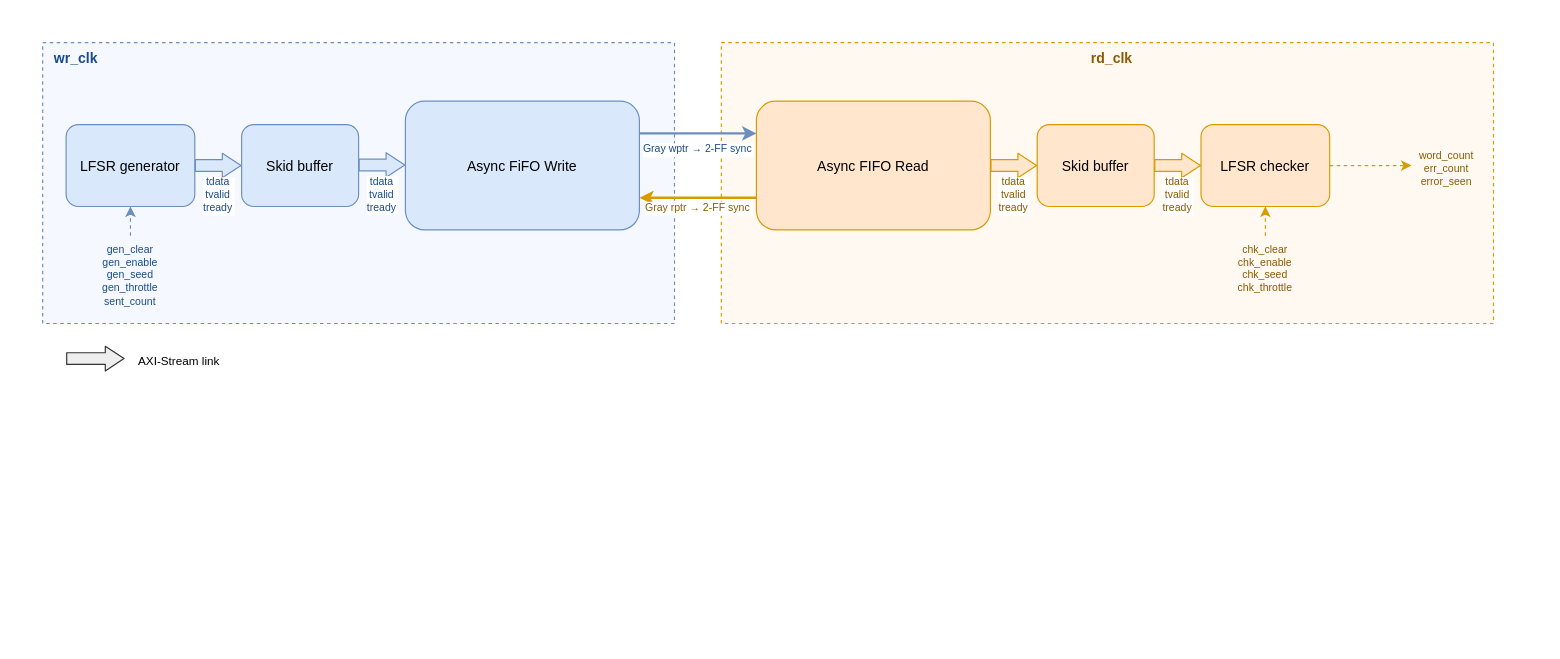
SungminLee201906/DE1_SOC keeps this draw.io diagram as axis_cdc_bridge.drawio. Above is the earlier version. Source tidied: cells renumbered, new cells numbered last; positions are measured from the earlier drawing's top-left corner, leaving out a move shared by most shapes. Both pictures are drawn from the tidied source at 117%, with x=0, y=0 at pixel (19, 19).
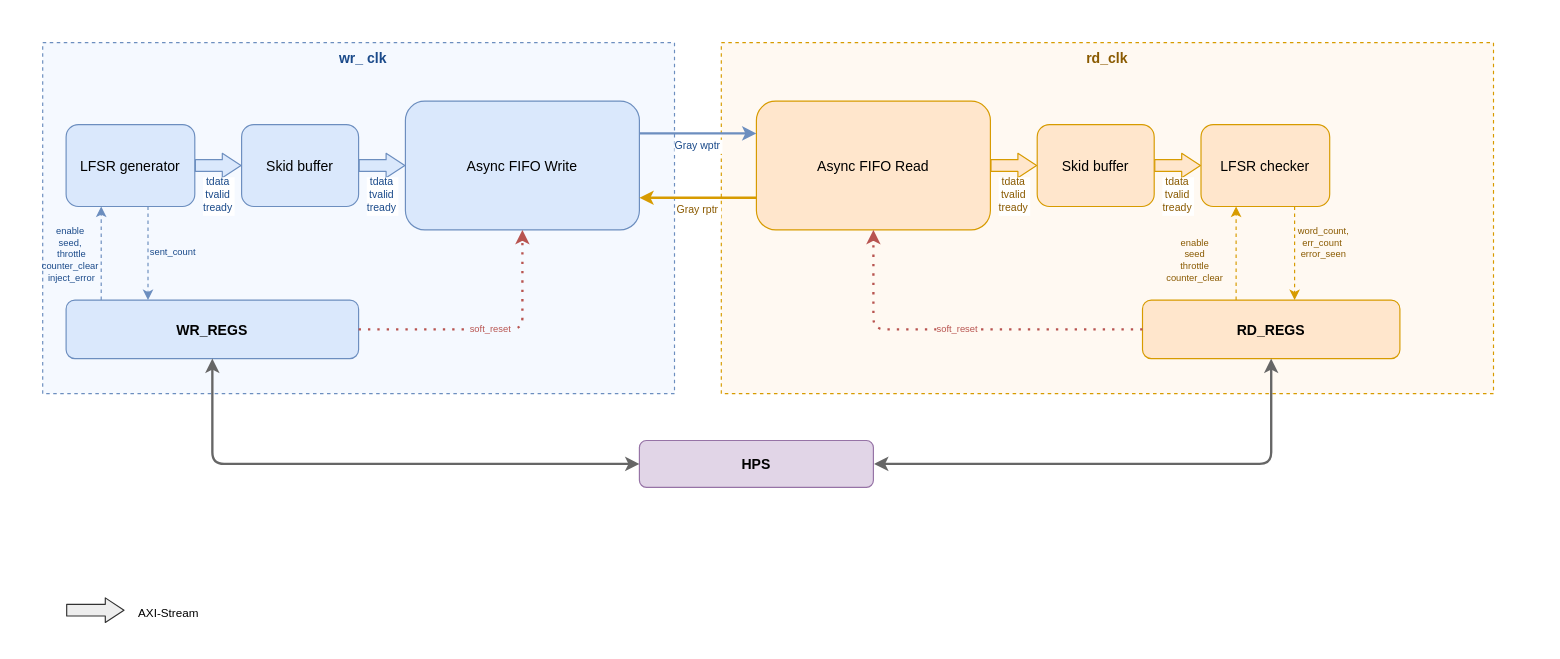
The same page after the edit.

The change refers to these unchanged cells:
```xml
<mxCell id="5" value="LFSR generator" style="rounded=1;fillColor=#dae8fc;strokeColor=#6c8ebf;" parent="1" vertex="1">
  <mxGeometry x="40" y="90" width="110" height="70" as="geometry" />
</mxCell>
<mxCell id="8" value="Async FIFO Read" style="rounded=1;fillColor=#ffe6cc;strokeColor=#d79b00;" parent="1" vertex="1">
  <mxGeometry x="630" y="70" width="200" height="110" as="geometry" />
</mxCell>
<mxCell id="10" value="LFSR checker" style="rounded=1;fillColor=#ffe6cc;strokeColor=#d79b00;" parent="1" vertex="1">
  <mxGeometry x="1010" y="90" width="110" height="70" as="geometry" />
</mxCell>
```

Diff of the diagram source:
```diff
@@
     <mxCell id="2" style="rounded=0;fillColor=#ffffff;strokeColor=none;" parent="1" vertex="1">
-      <mxGeometry width="1300" height="320" as="geometry" />
+      <mxGeometry width="1300" height="530" as="geometry" />
     </mxCell>
-    <mxCell id="3" value="wr_clk " style="rounded=0;fillColor=#f5f9ff;strokeColor=#6c8ebf;dashed=1;verticalAlign=top;align=left;spacingLeft=8;fontStyle=1;fontColor=#1a4a8a;" parent="1" vertex="1">
-      <mxGeometry x="20" y="20" width="540" height="240" as="geometry" />
+    <mxCell id="3" value="wr_ clk" style="rounded=0;fillColor=#f5f9ff;strokeColor=#6c8ebf;dashed=1;verticalAlign=top;align=center;spacingLeft=8;fontStyle=1;fontColor=#1a4a8a;" parent="1" vertex="1">
+      <mxGeometry x="20" y="20" width="540" height="300" as="geometry" />
     </mxCell>
-    <mxCell id="4" value="rd_clk " style="rounded=0;fillColor=#fff9f2;strokeColor=#d79b00;dashed=1;verticalAlign=top;align=center;spacingLeft=8;fontStyle=1;fontColor=#8a5a00;" parent="1" vertex="1">
-      <mxGeometry x="600" y="20" width="660" height="240" as="geometry" />
+    <mxCell id="4" value="rd_clk" style="rounded=0;fillColor=#fff9f2;strokeColor=#d79b00;dashed=1;verticalAlign=top;align=center;fontStyle=1;fontColor=#8a5a00;" parent="1" vertex="1">
+      <mxGeometry x="600" y="20" width="660" height="300" as="geometry" />
     </mxCell>
@@
-    <mxCell id="6" value="Skid buffer " style="rounded=1;fillColor=#dae8fc;strokeColor=#6c8ebf;" parent="1" vertex="1">
+    <mxCell id="6" value="Skid buffer" style="rounded=1;fillColor=#dae8fc;strokeColor=#6c8ebf;" parent="1" vertex="1">
       <mxGeometry x="190" y="90" width="100" height="70" as="geometry" />
     </mxCell>
-    <mxCell id="7" value="Async FiFO Write" style="rounded=1;fillColor=#dae8fc;strokeColor=#6c8ebf;" parent="1" vertex="1">
+    <mxCell id="7" value="Async FIFO Write" style="rounded=1;fillColor=#dae8fc;strokeColor=#6c8ebf;" parent="1" vertex="1">
       <mxGeometry x="330" y="70" width="200" height="110" as="geometry" />
     </mxCell>
@@
-    <mxCell id="9" value="Skid buffer " style="rounded=1;fillColor=#ffe6cc;strokeColor=#d79b00;" parent="1" vertex="1">
+    <mxCell id="9" value="Skid buffer" style="rounded=1;fillColor=#ffe6cc;strokeColor=#d79b00;" parent="1" vertex="1">
       <mxGeometry x="870" y="90" width="100" height="70" as="geometry" />
     </mxCell>
@@
     <mxCell id="12" value="tdata&#10;tvalid&#10;tready" style="shape=flexArrow;width=10;endWidth=10;endSize=5;fillColor=#dae8fc;strokeColor=#6c8ebf;fontColor=#1a4a8a;fontSize=9;" parent="1" edge="1">
       <mxGeometry y="-25" relative="1" as="geometry">
-        <mxPoint x="290" y="124.5" as="sourcePoint" />
-        <mxPoint x="330" y="124.5" as="targetPoint" />
+        <mxPoint x="290" y="125" as="sourcePoint" />
+        <mxPoint x="330" y="125" as="targetPoint" />
       </mxGeometry>
     </mxCell>
@@
-    <mxCell id="15" value="Gray wptr → 2-FF sync" style="endArrow=classic;strokeColor=#6c8ebf;strokeWidth=2;fontColor=#1a4a8a;fontSize=9;exitX=1;exitY=0.25;entryX=0;entryY=0.25;" parent="1" edge="1" source="7" target="8">
-      <mxGeometry y="-12" relative="1" as="geometry">
-        <mxPoint y="1" as="offset" />
-      </mxGeometry>
+    <mxCell id="15" value="Gray wptr" style="endArrow=classic;strokeColor=#6c8ebf;strokeWidth=2;fontColor=#1a4a8a;fontSize=9;exitX=1;exitY=0.25;entryX=0;entryY=0.25;" parent="1" edge="1" source="7" target="8">
+      <mxGeometry y="-10" relative="1" as="geometry" />
     </mxCell>
-    <mxCell id="16" value="Gray rptr → 2-FF sync" style="endArrow=classic;strokeColor=#d79b00;strokeWidth=2;fontColor=#8a5a00;fontSize=9;exitX=0;exitY=0.75;entryX=1;entryY=0.75;" parent="1" edge="1" source="8" target="7">
-      <mxGeometry y="8" relative="1" as="geometry" />
+    <mxCell id="16" value="Gray rptr" style="endArrow=classic;strokeColor=#d79b00;strokeWidth=2;fontColor=#8a5a00;fontSize=9;exitX=0;exitY=0.75;entryX=1;entryY=0.75;" parent="1" edge="1" source="8" target="7">
+      <mxGeometry y="10" relative="1" as="geometry" />
     </mxCell>
-    <mxCell id="17" value="gen_clear&#10;gen_enable&#10;gen_seed&#10;gen_throttle" style="text;fontSize=9;align=center;fontColor=#1a4a8a;" parent="1" vertex="1">
-      <mxGeometry x="60" y="185" width="70" height="40" as="geometry" />
-    </mxCell>
+    <mxCell id="26" value="WR_REGS" style="rounded=1;fillColor=#dae8fc;strokeColor=#6c8ebf;fontStyle=1;" parent="1" vertex="1">
+      <mxGeometry x="40" y="240" width="250" height="50" as="geometry" />
+    </mxCell>
+    <mxCell id="27" value="RD_REGS" style="rounded=1;fillColor=#ffe6cc;strokeColor=#d79b00;fontStyle=1;" parent="1" vertex="1">
+      <mxGeometry x="960" y="240" width="220" height="50" as="geometry" />
+    </mxCell>
+    <mxCell id="28" style="endArrow=classic;dashed=1;strokeColor=#6c8ebf;" parent="1" edge="1">
+      <mxGeometry relative="1" as="geometry">
+        <mxPoint x="70" y="240" as="sourcePoint" />
+        <mxPoint x="70" y="160" as="targetPoint" />
+      </mxGeometry>
+    </mxCell>
+    <mxCell id="29" style="endArrow=classic;dashed=1;strokeColor=#6c8ebf;" parent="1" edge="1">
+      <mxGeometry relative="1" as="geometry">
+        <mxPoint x="110" y="160" as="sourcePoint" />
+        <mxPoint x="110" y="240" as="targetPoint" />
+      </mxGeometry>
+    </mxCell>
-    <mxCell id="18" value="sent_count" style="text;fontSize=9;align=center;fontColor=#1a4a8a;" parent="1" vertex="1">
-      <mxGeometry x="65" y="230" width="60" height="20" as="geometry" />
+    <mxCell id="18" value="&#10;sent_count" style="text;fontSize=8;align=left;verticalAlign=top;fontColor=#1a4a8a;" parent="1" vertex="1">
+      <mxGeometry x="110" y="178" width="40" height="45" as="geometry" />
     </mxCell>
-    <mxCell id="19" value="chk_clear&#10;chk_enable&#10;chk_seed&#10;chk_throttle" style="text;fontSize=9;align=center;fontColor=#8a5a00;" parent="1" vertex="1">
-      <mxGeometry x="1030" y="185" width="70" height="40" as="geometry" />
-    </mxCell>
-    <mxCell id="20" value="word_count&#10;err_count&#10;error_seen" style="text;fontSize=9;align=center;fontColor=#8a5a00;" parent="1" vertex="1">
-      <mxGeometry x="1190" y="105" width="60" height="40" as="geometry" />
-    </mxCell>
-    <mxCell id="21" style="endArrow=classic;dashed=1;strokeColor=#6c8ebf;exitX=0.5;exitY=0;entryX=0.5;entryY=1;" parent="1" edge="1" source="17" target="5">
-      <mxGeometry relative="1" as="geometry" />
-    </mxCell>
-    <mxCell id="22" style="endArrow=classic;dashed=1;strokeColor=#d79b00;exitX=0.5;exitY=0;entryX=0.5;entryY=1;" parent="1" edge="1" source="19" target="10">
-      <mxGeometry relative="1" as="geometry" />
-    </mxCell>
-    <mxCell id="23" style="endArrow=classic;dashed=1;strokeColor=#d79b00;" parent="1" edge="1" source="10">
-      <mxGeometry relative="1" as="geometry">
-        <mxPoint x="1190" y="125" as="targetPoint" />
-      </mxGeometry>
-    </mxCell>
+    <mxCell id="30" style="endArrow=classic;dashed=1;strokeColor=#d79b00;" parent="1" edge="1">
+      <mxGeometry relative="1" as="geometry">
+        <mxPoint x="1040" y="240" as="sourcePoint" />
+        <mxPoint x="1040" y="160" as="targetPoint" />
+      </mxGeometry>
+    </mxCell>
+    <mxCell id="31" style="endArrow=classic;dashed=1;strokeColor=#d79b00;" parent="1" edge="1">
+      <mxGeometry relative="1" as="geometry">
+        <mxPoint x="1090" y="160" as="sourcePoint" />
+        <mxPoint x="1090" y="240" as="targetPoint" />
+      </mxGeometry>
+    </mxCell>
+    <mxCell id="32" value="word_count,&#10;   err_count &#10;error_seen" style="text;fontSize=8;align=center;verticalAlign=top;fontColor=#8a5a00;" parent="1" vertex="1">
+      <mxGeometry x="1090" y="170" width="50" height="60" as="geometry" />
+    </mxCell>
+    <mxCell id="33" value="soft_reset" style="endArrow=classic;dashed=1;dashPattern=1 3;strokeColor=#b85450;strokeWidth=2;fontSize=8;fontColor=#b85450;labelBackgroundColor=#f5f9ff;" parent="1" edge="1">
+      <mxGeometry relative="1" as="geometry">
+        <mxPoint x="290" y="265" as="sourcePoint" />
+        <mxPoint x="430" y="180" as="targetPoint" />
+        <Array as="points">
+          <mxPoint x="430" y="265" />
+        </Array>
+      </mxGeometry>
+    </mxCell>
+    <mxCell id="34" value="soft_reset" style="endArrow=classic;dashed=1;dashPattern=1 3;strokeColor=#b85450;strokeWidth=2;fontSize=8;fontColor=#b85450;labelBackgroundColor=#fff9f2;" parent="1" edge="1">
+      <mxGeometry relative="1" as="geometry">
+        <mxPoint x="960" y="265" as="sourcePoint" />
+        <mxPoint x="730" y="180" as="targetPoint" />
+        <Array as="points">
+          <mxPoint x="730" y="265" />
+        </Array>
+      </mxGeometry>
+    </mxCell>
+    <mxCell id="35" value="HPS" style="rounded=1;fillColor=#e1d5e7;strokeColor=#9673a6;fontStyle=1;" parent="1" vertex="1">
+      <mxGeometry x="530" y="360" width="200" height="40" as="geometry" />
+    </mxCell>
+    <mxCell id="36" style="startArrow=classic;endArrow=classic;strokeColor=#666666;strokeWidth=2;" parent="1" edge="1" source="35">
+      <mxGeometry x="0.33" relative="1" as="geometry">
+        <mxPoint x="165" y="290" as="targetPoint" />
+        <Array as="points">
+          <mxPoint x="165" y="380" />
+        </Array>
+      </mxGeometry>
+    </mxCell>
+    <mxCell id="37" style="startArrow=classic;endArrow=classic;strokeColor=#666666;strokeWidth=2;exitX=0.562;exitY=0.717;exitDx=0;exitDy=0;exitPerimeter=0;" parent="1" edge="1" source="2">
+      <mxGeometry x="0.39" relative="1" as="geometry">
+        <mxPoint x="1070" y="290" as="targetPoint" />
+        <Array as="points">
+          <mxPoint x="1070" y="380" />
+        </Array>
+      </mxGeometry>
+    </mxCell>
     <mxCell id="24" style="shape=flexArrow;width=10;endWidth=10;endSize=5;fillColor=#eeeeee;strokeColor=#333333;" parent="1" edge="1">
       <mxGeometry relative="1" as="geometry">
-        <mxPoint x="40" y="290" as="sourcePoint" />
-        <mxPoint x="90" y="290" as="targetPoint" />
+        <mxPoint x="40" y="505" as="sourcePoint" />
+        <mxPoint x="90" y="505" as="targetPoint" />
       </mxGeometry>
     </mxCell>
-    <mxCell id="25" value="AXI-Stream link " style="text;fontSize=10;align=left;" parent="1" vertex="1">
-      <mxGeometry x="100" y="280" width="220" height="20" as="geometry" />
+    <mxCell id="25" value="AXI-Stream" style="text;fontSize=10;align=left;" parent="1" vertex="1">
+      <mxGeometry x="100" y="495" width="80" height="20" as="geometry" />
     </mxCell>
+    <mxCell id="38" value="enable &#10;seed, &#10;throttle&#10;   counter_clear &#10;inject_error&#10;&#10;" style="text;fontSize=8;align=center;verticalAlign=top;fontColor=#1a4a8a;" parent="1" vertex="1">
+      <mxGeometry x="20" y="170" width="50" height="60" as="geometry" />
+    </mxCell>
+    <mxCell id="39" value="enable&#10;seed&#10;   throttle&#10;counter_clear&#10;&#10;" style="text;fontSize=8;align=center;verticalAlign=top;fontColor=#8a5a00;" parent="1" vertex="1">
+      <mxGeometry x="980" y="180" width="50" height="50" as="geometry" />
+    </mxCell>
```
